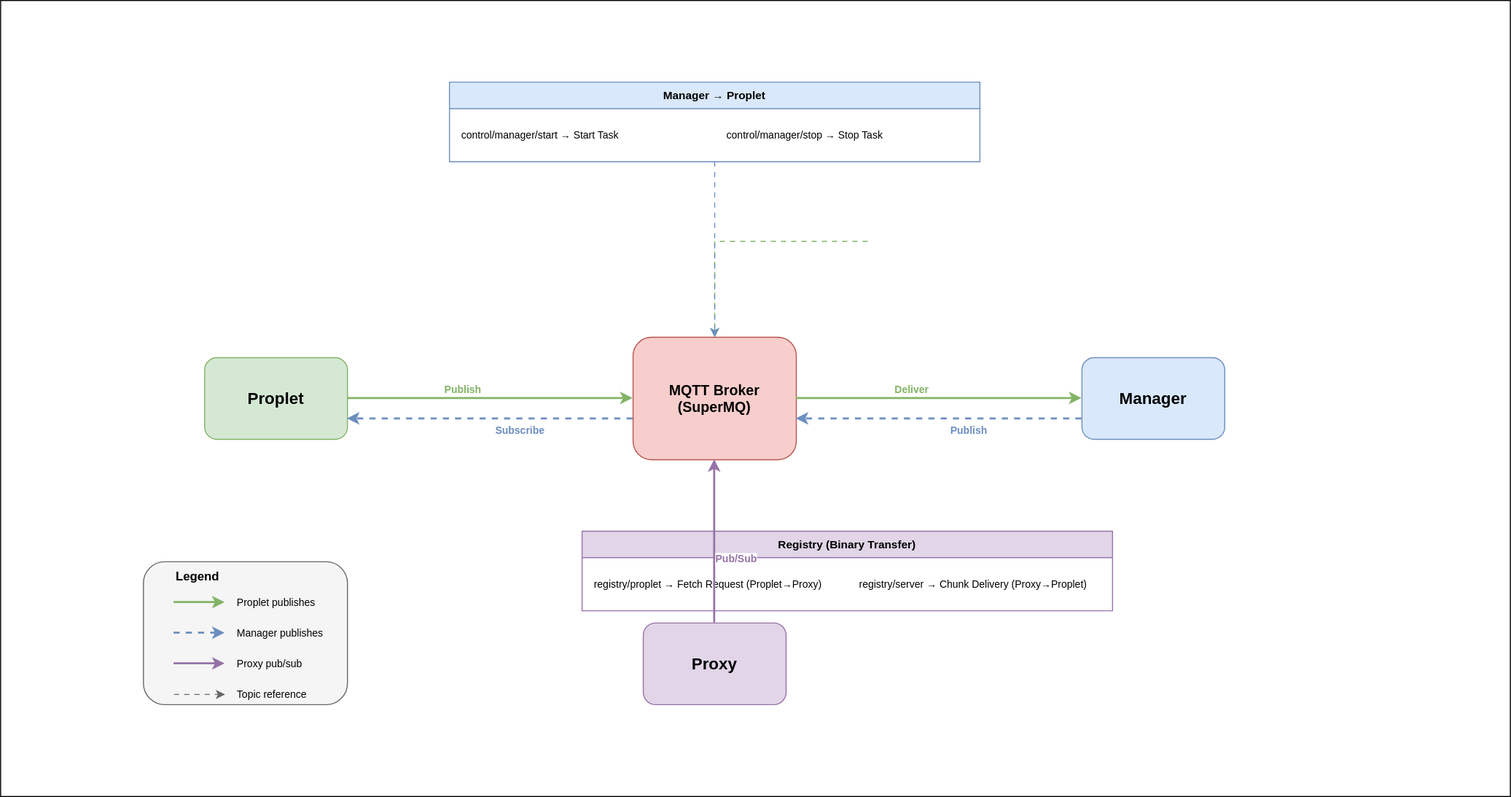
This is content/docs/images/proplet/mqtt-topology.svg from absmach/propeller-website, a draw.io export, as it was before one commit. Source tidied: cells renumbered, new cells last; positions are measured from the earlier drawing's top-left corner, leaving out a move shared by most shapes. The source it was exported from:
```xml
<mxGraphModel>
  <root>
    <mxCell id="0" />
    <mxCell id="1" parent="0" />
    <mxCell id="2" style="rounded=0;whiteSpace=wrap;html=1;" parent="1" vertex="1">
      <mxGeometry width="1480" height="780" as="geometry" />
    </mxCell>
    <mxCell id="3" value="Proplet" style="rounded=1;whiteSpace=wrap;html=1;fillColor=#d5e8d4;strokeColor=#82b366;fontStyle=1;fontSize=16;" parent="1" vertex="1">
      <mxGeometry x="200" y="350" width="140" height="80" as="geometry" />
    </mxCell>
    <mxCell id="4" value="Manager" style="rounded=1;whiteSpace=wrap;html=1;fillColor=#dae8fc;strokeColor=#6c8ebf;fontStyle=1;fontSize=16;" parent="1" vertex="1">
      <mxGeometry x="1060" y="350" width="140" height="80" as="geometry" />
    </mxCell>
    <mxCell id="5" value="Proxy" style="rounded=1;whiteSpace=wrap;html=1;fillColor=#e1d5e7;strokeColor=#9673a6;fontStyle=1;fontSize=16;" parent="1" vertex="1">
      <mxGeometry x="630" y="610" width="140" height="80" as="geometry" />
    </mxCell>
    <mxCell id="6" value="MQTT Broker&#10;(SuperMQ)" style="rounded=1;whiteSpace=wrap;html=1;fillColor=#f8cecc;strokeColor=#b85450;fontStyle=1;fontSize=14;" parent="1" vertex="1">
      <mxGeometry x="620" y="330" width="160" height="120" as="geometry" />
    </mxCell>
    <mxCell id="7" value="Manager → Proplet" style="swimlane;fontStyle=1;horizontal=1;startSize=26;fillColor=#dae8fc;strokeColor=#6c8ebf;fontSize=11;" parent="1" vertex="1">
      <mxGeometry x="440" y="80" width="520" height="78" as="geometry" />
    </mxCell>
    <mxCell id="8" value="control/manager/start → Start Task" style="text;strokeColor=none;fillColor=none;align=left;verticalAlign=middle;spacingLeft=10;spacingRight=4;overflow=hidden;fontSize=10;" parent="7" vertex="1">
      <mxGeometry y="26" width="260" height="52" as="geometry" />
    </mxCell>
    <mxCell id="9" value="control/manager/stop → Stop Task" style="text;strokeColor=none;fillColor=none;align=left;verticalAlign=middle;spacingLeft=10;spacingRight=4;overflow=hidden;fontSize=10;" parent="7" vertex="1">
      <mxGeometry x="260" y="26" width="260" height="52" as="geometry" />
    </mxCell>
    <mxCell id="10" value="Registry (Binary Transfer)" style="swimlane;fontStyle=1;horizontal=1;startSize=26;fillColor=#e1d5e7;strokeColor=#9673a6;fontSize=11;" parent="1" vertex="1">
      <mxGeometry x="570" y="520" width="520" height="78" as="geometry" />
    </mxCell>
    <mxCell id="11" value="registry/proplet → Fetch Request (Proplet→Proxy)" style="text;strokeColor=none;fillColor=none;align=left;verticalAlign=middle;spacingLeft=10;spacingRight=4;overflow=hidden;fontSize=10;" parent="10" vertex="1">
      <mxGeometry y="26" width="260" height="52" as="geometry" />
    </mxCell>
    <mxCell id="12" value="registry/server → Chunk Delivery (Proxy→Proplet)" style="text;strokeColor=none;fillColor=none;align=left;verticalAlign=middle;spacingLeft=10;spacingRight=4;overflow=hidden;fontSize=10;" parent="10" vertex="1">
      <mxGeometry x="260" y="26" width="260" height="52" as="geometry" />
    </mxCell>
    <mxCell id="13" style="edgeStyle=orthogonalEdgeStyle;rounded=0;jettySize=auto;html=1;strokeWidth=2;strokeColor=#82b366;" parent="1" edge="1" source="3" target="6">
      <mxGeometry relative="1" as="geometry" />
    </mxCell>
    <mxCell id="14" value="Publish" style="edgeLabel;html=1;align=center;verticalAlign=middle;fontSize=10;fontColor=#82b366;fontStyle=1;" parent="13" vertex="1">
      <mxGeometry x="-0.2" relative="1" as="geometry">
        <mxPoint y="-10" as="offset" />
      </mxGeometry>
    </mxCell>
    <mxCell id="15" style="edgeStyle=orthogonalEdgeStyle;rounded=0;jettySize=auto;html=1;strokeWidth=2;strokeColor=#6c8ebf;dashed=1;" parent="1" edge="1" source="6" target="3">
      <mxGeometry relative="1" as="geometry">
        <Array as="points">
          <mxPoint x="500" y="410" />
          <mxPoint x="500" y="410" />
        </Array>
      </mxGeometry>
    </mxCell>
    <mxCell id="16" value="Subscribe" style="edgeLabel;html=1;align=center;verticalAlign=middle;fontSize=10;fontColor=#6c8ebf;fontStyle=1;" parent="15" vertex="1">
      <mxGeometry x="-0.2" relative="1" as="geometry">
        <mxPoint y="10" as="offset" />
      </mxGeometry>
    </mxCell>
    <mxCell id="17" style="edgeStyle=orthogonalEdgeStyle;rounded=0;jettySize=auto;html=1;strokeWidth=2;strokeColor=#82b366;" parent="1" edge="1" source="6" target="4">
      <mxGeometry relative="1" as="geometry" />
    </mxCell>
    <mxCell id="18" value="Deliver" style="edgeLabel;html=1;align=center;verticalAlign=middle;fontSize=10;fontColor=#82b366;fontStyle=1;" parent="17" vertex="1">
      <mxGeometry x="-0.2" relative="1" as="geometry">
        <mxPoint y="-10" as="offset" />
      </mxGeometry>
    </mxCell>
    <mxCell id="19" style="edgeStyle=orthogonalEdgeStyle;rounded=0;jettySize=auto;html=1;strokeWidth=2;strokeColor=#6c8ebf;dashed=1;" parent="1" edge="1" source="4" target="6">
      <mxGeometry relative="1" as="geometry">
        <Array as="points">
          <mxPoint x="900" y="410" />
          <mxPoint x="900" y="410" />
        </Array>
      </mxGeometry>
    </mxCell>
    <mxCell id="20" value="Publish" style="edgeLabel;html=1;align=center;verticalAlign=middle;fontSize=10;fontColor=#6c8ebf;fontStyle=1;" parent="19" vertex="1">
      <mxGeometry x="-0.2" relative="1" as="geometry">
        <mxPoint y="10" as="offset" />
      </mxGeometry>
    </mxCell>
    <mxCell id="21" style="edgeStyle=orthogonalEdgeStyle;rounded=0;jettySize=auto;html=1;strokeWidth=2;strokeColor=#9673a6;" parent="1" edge="1" source="5" target="6">
      <mxGeometry relative="1" as="geometry" />
    </mxCell>
    <mxCell id="22" value="Pub/Sub" style="edgeLabel;html=1;align=center;verticalAlign=middle;fontSize=10;fontColor=#9673a6;fontStyle=1;" parent="21" vertex="1">
      <mxGeometry x="-0.2" relative="1" as="geometry">
        <mxPoint x="20" as="offset" />
      </mxGeometry>
    </mxCell>
    <mxCell id="23" style="edgeStyle=orthogonalEdgeStyle;rounded=0;jettySize=auto;html=1;strokeWidth=1;strokeColor=#82b366;dashed=1;dashPattern=5 5;" parent="1" edge="1" target="6">
      <mxGeometry relative="1" as="geometry">
        <mxPoint x="850" y="236" as="sourcePoint" />
      </mxGeometry>
    </mxCell>
    <mxCell id="24" style="edgeStyle=orthogonalEdgeStyle;rounded=0;jettySize=auto;html=1;strokeWidth=1;strokeColor=#6c8ebf;dashed=1;dashPattern=5 5;" parent="1" edge="1" source="7" target="6">
      <mxGeometry relative="1" as="geometry" />
    </mxCell>
    <mxCell id="25" style="rounded=1;whiteSpace=wrap;html=1;fillColor=#f5f5f5;strokeColor=#666666;strokeWidth=1;" parent="1" vertex="1">
      <mxGeometry x="140" y="550" width="200" height="140" as="geometry" />
    </mxCell>
    <mxCell id="26" value="Legend" style="text;html=1;strokeColor=none;fillColor=none;align=left;verticalAlign=middle;whiteSpace=wrap;rounded=0;fontSize=12;fontStyle=1;" parent="1" vertex="1">
      <mxGeometry x="170" y="555" width="60" height="20" as="geometry" />
    </mxCell>
    <mxCell id="27" style="endArrow=classic;html=1;strokeWidth=2;strokeColor=#82b366;" parent="1" edge="1">
      <mxGeometry relative="1" as="geometry">
        <mxPoint x="170" y="590" as="sourcePoint" />
        <mxPoint x="220" y="590" as="targetPoint" />
      </mxGeometry>
    </mxCell>
    <mxCell id="28" value="Proplet publishes" style="text;html=1;strokeColor=none;fillColor=none;align=left;verticalAlign=middle;whiteSpace=wrap;rounded=0;fontSize=10;" parent="1" vertex="1">
      <mxGeometry x="230" y="580" width="100" height="20" as="geometry" />
    </mxCell>
    <mxCell id="29" style="endArrow=classic;html=1;strokeWidth=2;strokeColor=#6c8ebf;dashed=1;" parent="1" edge="1">
      <mxGeometry relative="1" as="geometry">
        <mxPoint x="170" y="620" as="sourcePoint" />
        <mxPoint x="220" y="620" as="targetPoint" />
      </mxGeometry>
    </mxCell>
    <mxCell id="30" value="Manager publishes" style="text;html=1;strokeColor=none;fillColor=none;align=left;verticalAlign=middle;whiteSpace=wrap;rounded=0;fontSize=10;" parent="1" vertex="1">
      <mxGeometry x="230" y="610" width="100" height="20" as="geometry" />
    </mxCell>
    <mxCell id="31" style="endArrow=classic;html=1;strokeWidth=2;strokeColor=#9673a6;" parent="1" edge="1">
      <mxGeometry relative="1" as="geometry">
        <mxPoint x="170" y="650" as="sourcePoint" />
        <mxPoint x="220" y="650" as="targetPoint" />
      </mxGeometry>
    </mxCell>
    <mxCell id="32" value="Proxy pub/sub" style="text;html=1;strokeColor=none;fillColor=none;align=left;verticalAlign=middle;whiteSpace=wrap;rounded=0;fontSize=10;" parent="1" vertex="1">
      <mxGeometry x="230" y="640" width="100" height="20" as="geometry" />
    </mxCell>
    <mxCell id="33" style="endArrow=classic;html=1;strokeWidth=1;strokeColor=#666666;dashed=1;dashPattern=5 5;" parent="1" edge="1">
      <mxGeometry relative="1" as="geometry">
        <mxPoint x="170" y="680" as="sourcePoint" />
        <mxPoint x="220" y="680" as="targetPoint" />
      </mxGeometry>
    </mxCell>
    <mxCell id="34" value="Topic reference" style="text;html=1;strokeColor=none;fillColor=none;align=left;verticalAlign=middle;whiteSpace=wrap;rounded=0;fontSize=10;" parent="1" vertex="1">
      <mxGeometry x="230" y="670" width="100" height="20" as="geometry" />
    </mxCell>
  </root>
</mxGraphModel>
```
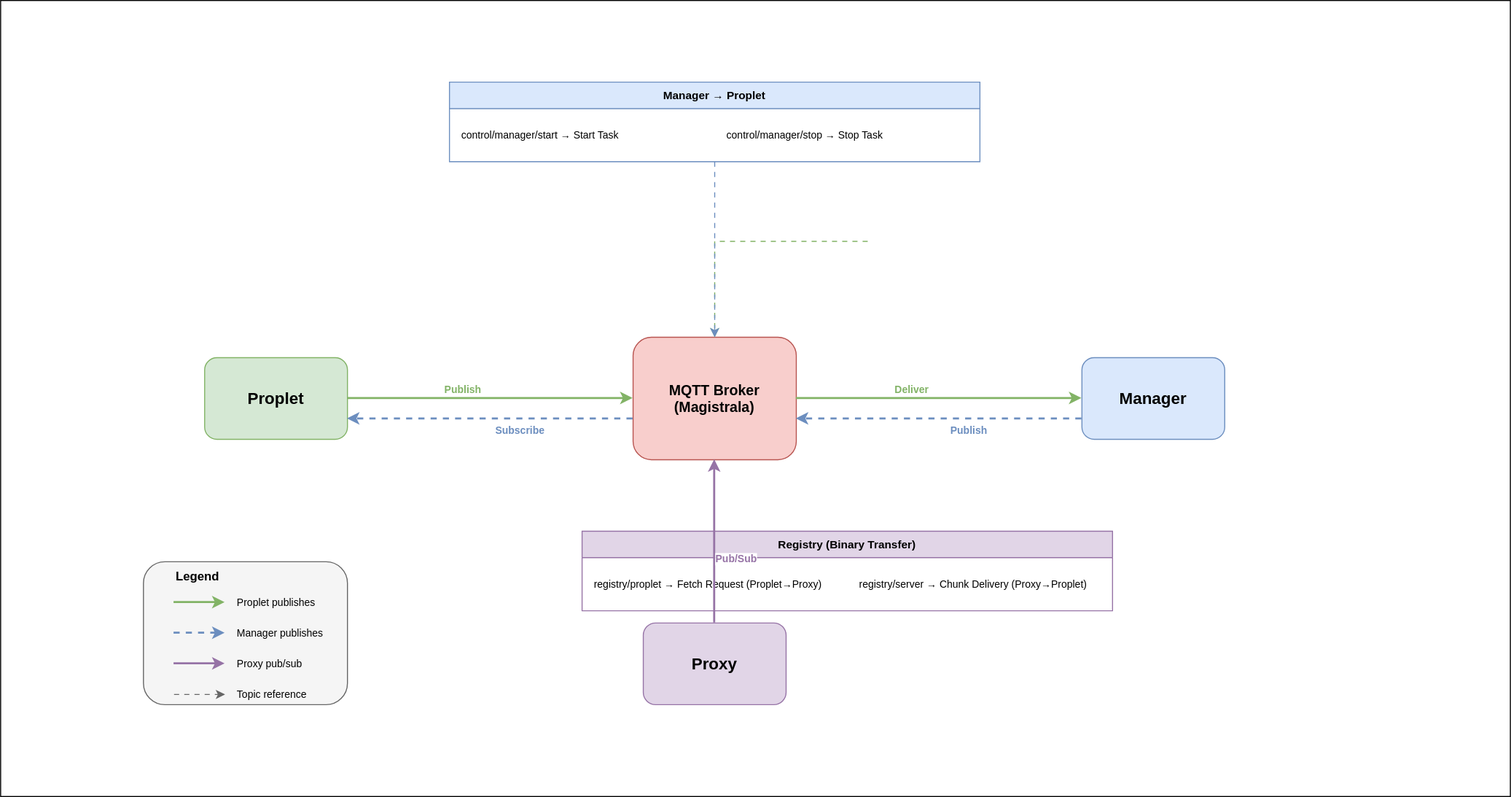
After the commit.

Diff of the diagram source:
```diff
@@ -14,7 +14,7 @@
     <mxCell id="5" value="Proxy" style="rounded=1;whiteSpace=wrap;html=1;fillColor=#e1d5e7;strokeColor=#9673a6;fontStyle=1;fontSize=16;" parent="1" vertex="1">
       <mxGeometry x="630" y="610" width="140" height="80" as="geometry" />
     </mxCell>
-    <mxCell id="6" value="MQTT Broker&#10;(SuperMQ)" style="rounded=1;whiteSpace=wrap;html=1;fillColor=#f8cecc;strokeColor=#b85450;fontStyle=1;fontSize=14;" parent="1" vertex="1">
+    <mxCell id="6" value="MQTT Broker&#10;(Magistrala)" style="rounded=1;whiteSpace=wrap;html=1;fillColor=#f8cecc;strokeColor=#b85450;fontStyle=1;fontSize=14;" parent="1" vertex="1">
       <mxGeometry x="620" y="330" width="160" height="120" as="geometry" />
     </mxCell>
     <mxCell id="7" value="Manager → Proplet" style="swimlane;fontStyle=1;horizontal=1;startSize=26;fillColor=#dae8fc;strokeColor=#6c8ebf;fontSize=11;" parent="1" vertex="1">
```
